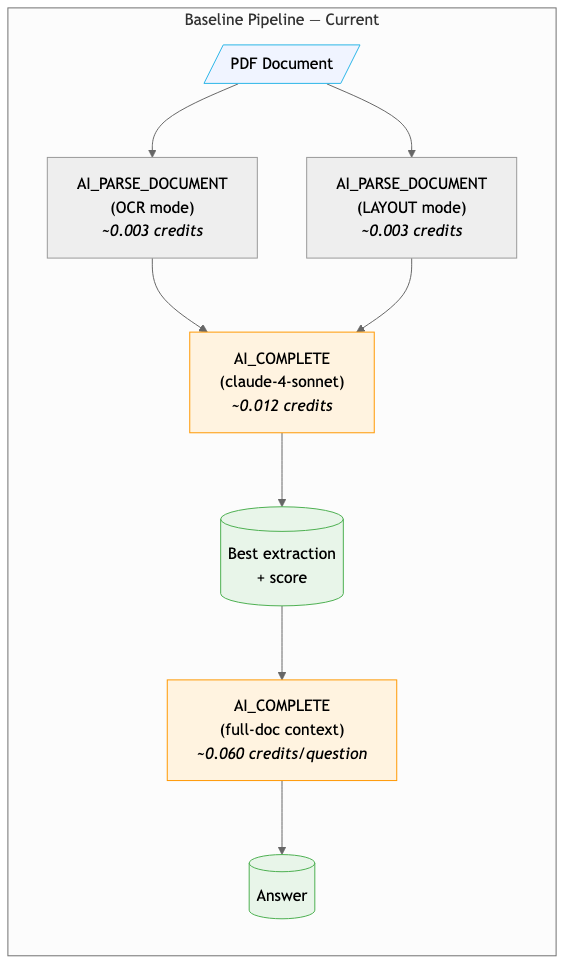
The Mermaid diagram docs/architecture-baseline.png in sfc-gh-jkang/legal-doc-ai-demo, before a commit. Its source is kept beside it as docs/architecture-baseline.mmd. The source it was exported from:
```mermaid

graph LR
    subgraph "Baseline Pipeline — Current"
        PDF[/"PDF Document"/]
        OCR["AI_PARSE_DOCUMENT<br/>(OCR mode)<br/><i>~0.003 credits</i>"]
        LAYOUT["AI_PARSE_DOCUMENT<br/>(LAYOUT mode)<br/><i>~0.003 credits</i>"]
        SCORER["AI_COMPLETE<br/>(claude-4-sonnet)<br/><i>~0.012 credits</i>"]
        RESULT[("Best extraction<br/>+ score")]
        QA_FULL["AI_COMPLETE<br/>(full-doc context)<br/><i>~0.060 credits/question</i>"]
        ANSWER[("Answer")]

        PDF --> OCR
        PDF --> LAYOUT
        OCR --> SCORER
        LAYOUT --> SCORER
        SCORER --> RESULT
        RESULT --> QA_FULL
        QA_FULL --> ANSWER
    end

    style PDF fill:#f0f4ff,stroke:#29b5e8
    style SCORER fill:#fff3e0,stroke:#ff9800
    style QA_FULL fill:#fff3e0,stroke:#ff9800
    style RESULT fill:#e8f5e9,stroke:#4caf50
    style ANSWER fill:#e8f5e9,stroke:#4caf50
```
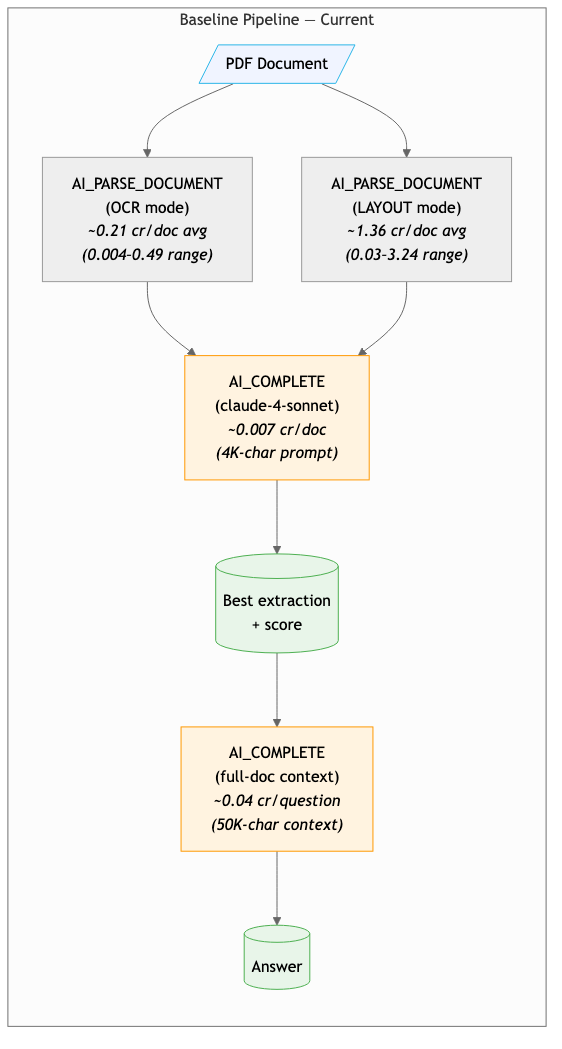
Above is the later version.

Commit message:
fix(diagrams): replace illustrative credit values with measured numbers

Change to the diagram source:
```diff
@@ -2,11 +2,11 @@
 graph LR
     subgraph "Baseline Pipeline — Current"
         PDF[/"PDF Document"/]
-        OCR["AI_PARSE_DOCUMENT<br/>(OCR mode)<br/><i>~0.003 credits</i>"]
-        LAYOUT["AI_PARSE_DOCUMENT<br/>(LAYOUT mode)<br/><i>~0.003 credits</i>"]
-        SCORER["AI_COMPLETE<br/>(claude-4-sonnet)<br/><i>~0.012 credits</i>"]
+        OCR["AI_PARSE_DOCUMENT<br/>(OCR mode)<br/><i>~0.21 cr/doc avg<br/>(0.004–0.49 range)</i>"]
+        LAYOUT["AI_PARSE_DOCUMENT<br/>(LAYOUT mode)<br/><i>~1.36 cr/doc avg<br/>(0.03–3.24 range)</i>"]
+        SCORER["AI_COMPLETE<br/>(claude-4-sonnet)<br/><i>~0.007 cr/doc<br/>(4K-char prompt)</i>"]
         RESULT[("Best extraction<br/>+ score")]
-        QA_FULL["AI_COMPLETE<br/>(full-doc context)<br/><i>~0.060 credits/question</i>"]
+        QA_FULL["AI_COMPLETE<br/>(full-doc context)<br/><i>~0.04 cr/question<br/>(50K-char context)</i>"]
         ANSWER[("Answer")]
 
         PDF --> OCR
```
